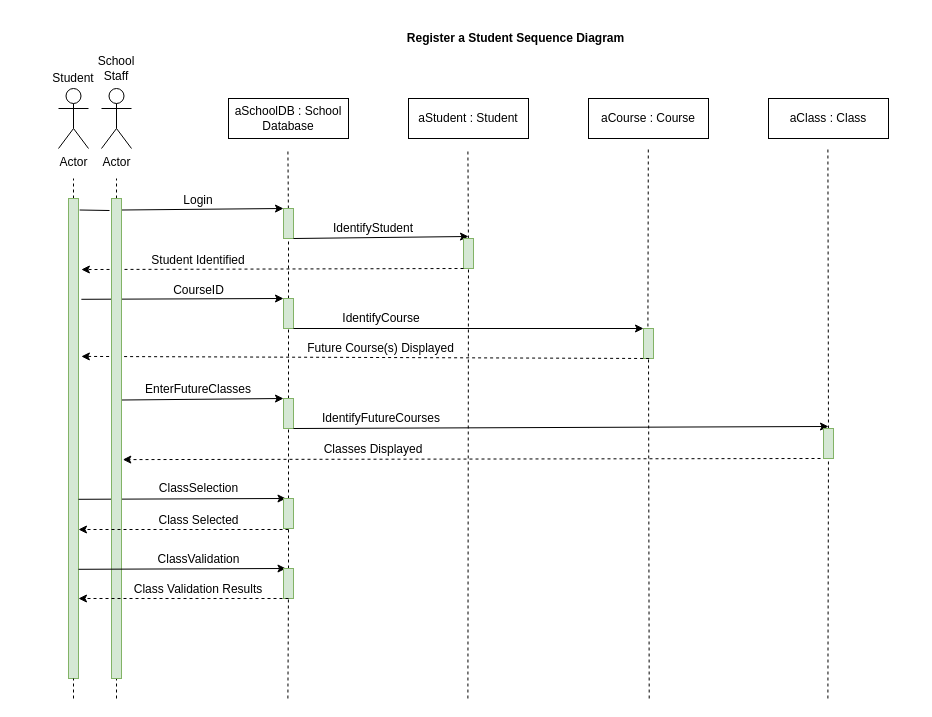
This is 6-1-Project.drawio from kincaidtk901/Workspace, a draw.io file, before an edit. Source tidied: cells renumbered, new cells numbered last; positions are measured from the earlier drawing's top-left corner, leaving out a move shared by most shapes. Both pictures are drawn from the tidied source at 100%, with x=0, y=0 at pixel (48, 28).
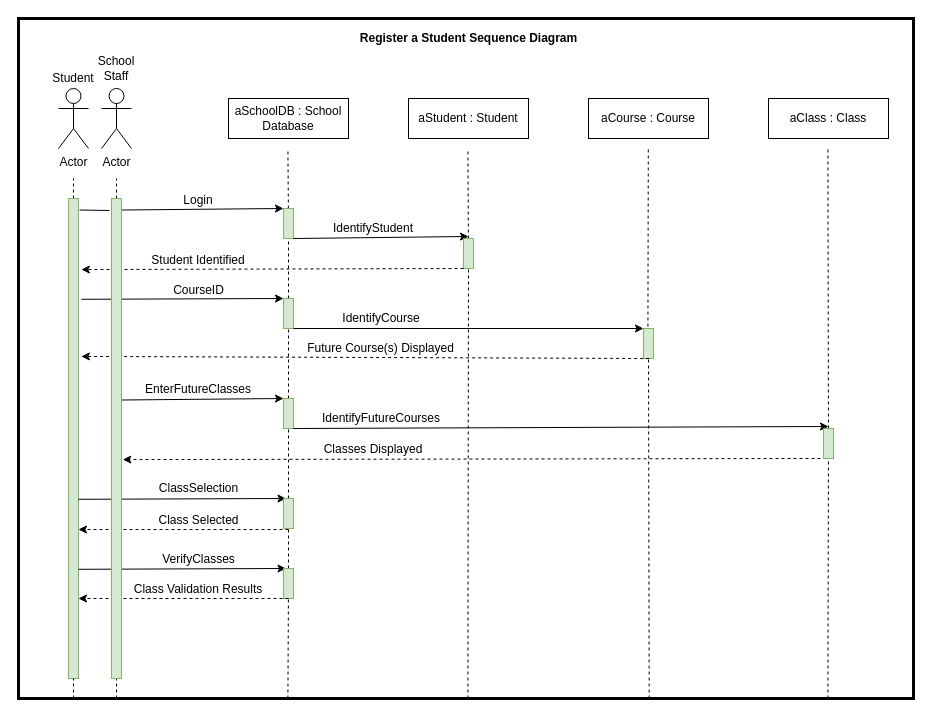
The same diagram, later.

The edit, as a diff of the source:
```diff
@@
-    <mxCell id="52" style="rounded=0;whiteSpace=wrap;html=1;fillColor=#d5e8d4;strokeColor=#82b366;" parent="1" vertex="1">
-      <mxGeometry x="63" y="170" width="10" height="480" as="geometry" />
-    </mxCell>
@@
-    <mxCell id="61" value="ClassValidation" style="text;html=1;strokeColor=none;fillColor=none;align=center;verticalAlign=middle;whiteSpace=wrap;rounded=0;" parent="1" vertex="1">
+    <mxCell id="61" value="VerifyClasses" style="text;html=1;strokeColor=none;fillColor=none;align=center;verticalAlign=middle;whiteSpace=wrap;rounded=0;" parent="1" vertex="1">
       <mxGeometry x="112.5" y="521" width="75" height="20" as="geometry" />
     </mxCell>
@@
     <mxCell id="64" value="Register a Student Sequence Diagram" style="text;html=1;strokeColor=none;fillColor=none;align=center;verticalAlign=middle;whiteSpace=wrap;rounded=0;fontStyle=1;" parent="1" vertex="1">
-      <mxGeometry x="290" width="355" height="20" as="geometry" />
+      <mxGeometry x="282.5" width="275" height="20" as="geometry" />
     </mxCell>
+    <mxCell id="65" style="rounded=0;whiteSpace=wrap;html=1;fillColor=none;strokeWidth=3;" parent="1" vertex="1">
+      <mxGeometry x="-30" y="-10" width="895" height="680" as="geometry" />
+    </mxCell>
+    <mxCell id="52" style="rounded=0;whiteSpace=wrap;html=1;fillColor=#d5e8d4;strokeColor=#82b366;" parent="1" vertex="1">
+      <mxGeometry x="63" y="170" width="10" height="480" as="geometry" />
+    </mxCell>
```
